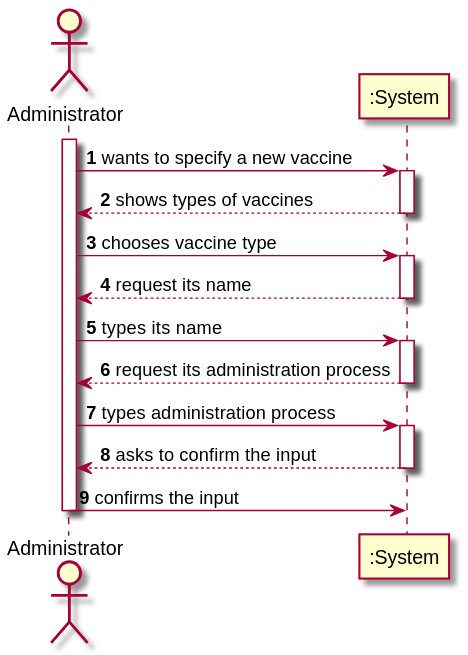
This is docs/SprintB/UserStories/US13/US13_SSD.svg from diogonapoles/isep-lapr2, a PlantUML export, as it was before one commit.
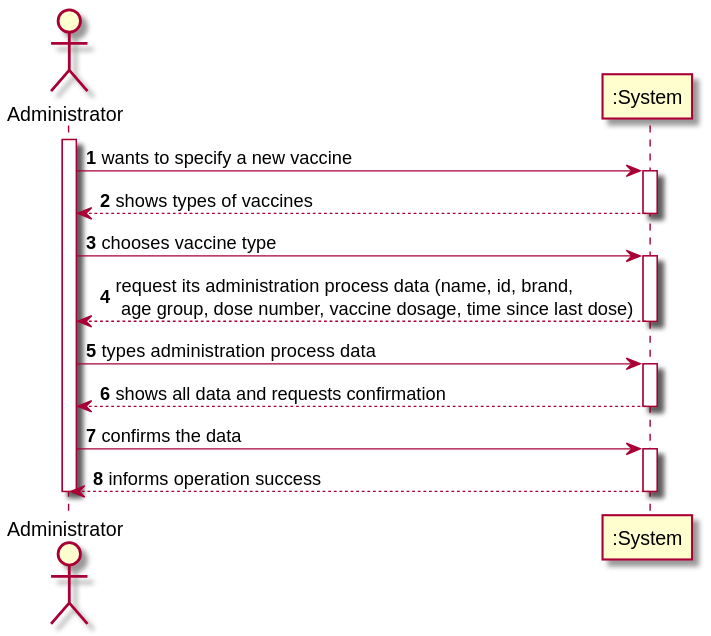
The same file after the commit.

Commit message:
SVG Files for Models [US-13][Design][ISSUE #23]

The edit, as a diff of the source:
```diff
@@ -12,21 +12,18 @@
 
 ADM -> ":System" : chooses vaccine type
 activate ":System"
-":System" --> ADM : request its name
+":System" --> ADM : request its administration process data (name, id, brand, \n age group, dose number, vaccine dosage, time since last dose)
 deactivate ":System"
 
-ADM -> ":System" : types its name
+ADM -> ":System" : types administration process data
 activate ":System"
-":System" --> ADM : request its administration process
+":System" --> ADM : shows all data and requests confirmation
 deactivate ":System"
 
-ADM -> ":System" : types administration process
+ADM-> ":System" : confirms the data
 activate ":System"
-":System" --> ADM : asks to confirm the input
+":System" --> ADM : informs operation success
 deactivate ":System"
-
-ADM-> ":System" : confirms the input
-
 
 deactivate ADM
 @enduml
```
